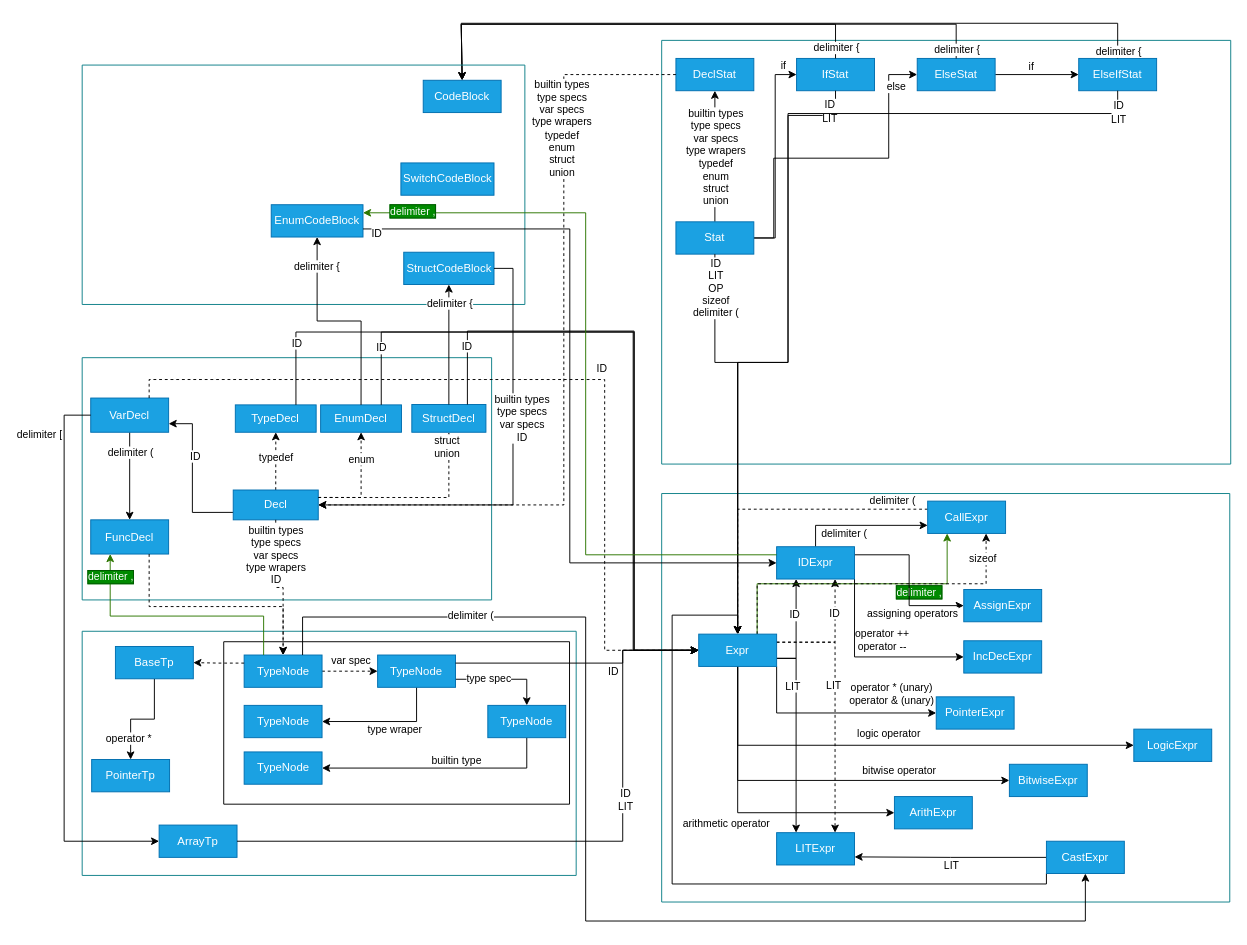
This is Стековая_диаграмма_МТиК.drawio from OskarGaliullin231-329/translation-university, a draw.io file, before an edit. Source tidied: cells renumbered, new cells numbered last; positions are measured from the earlier drawing's top-left corner, leaving out a move shared by most shapes. Both pictures are drawn from the tidied source at 95%, with x=0, y=0 at pixel (64, 23).
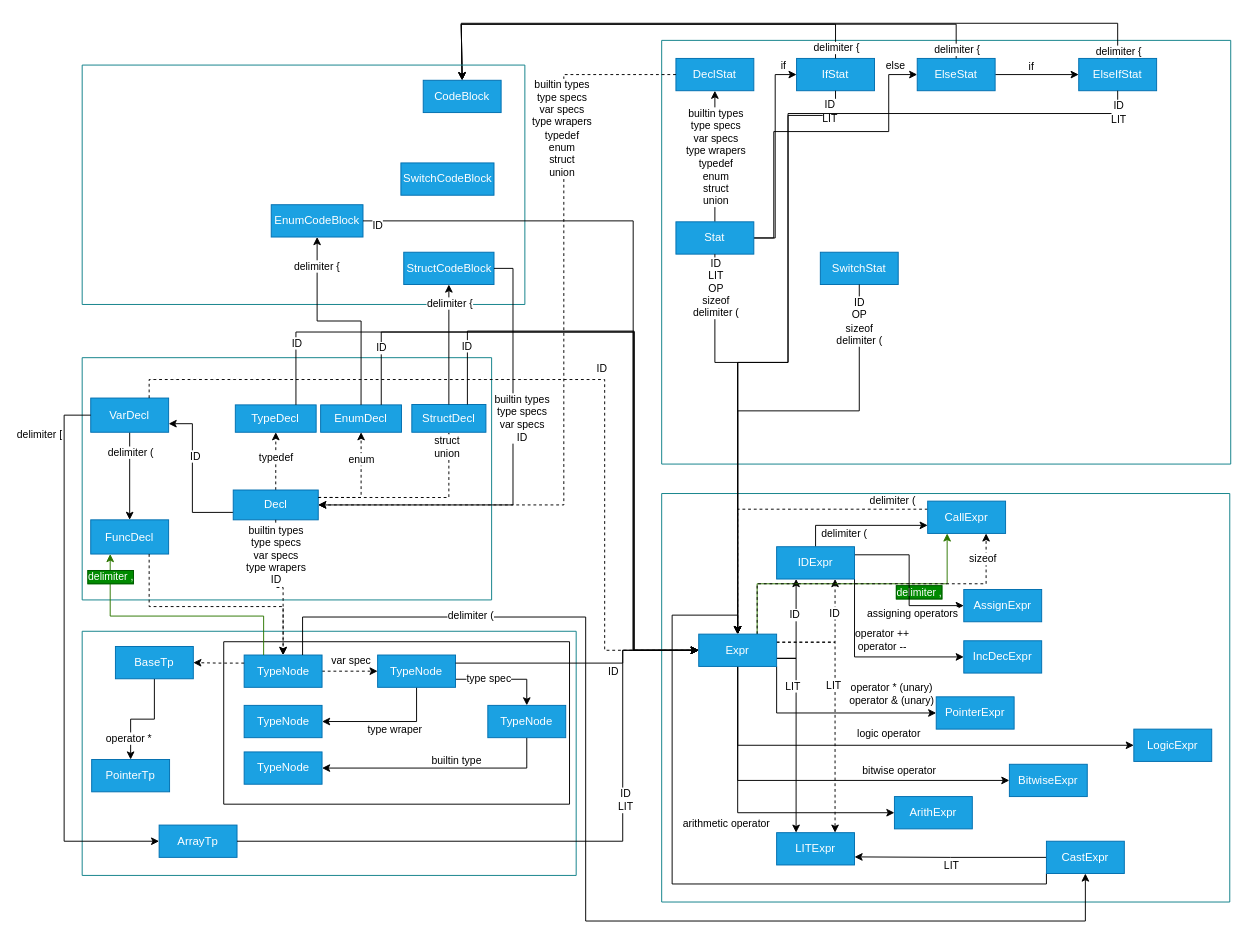
After the change.

The change refers to these unchanged cells:
```xml
<mxCell id="44" value="Expr" style="rounded=0;whiteSpace=wrap;html=1;fillColor=#1ba1e2;fontColor=#ffffff;strokeColor=#006EAF;" parent="21" vertex="1">
  <mxGeometry x="39" y="148" width="82" height="34" as="geometry" />
</mxCell>
<mxCell id="49" value="IDExpr" style="rounded=0;whiteSpace=wrap;html=1;fillColor=#1ba1e2;fontColor=#ffffff;strokeColor=#006EAF;" parent="21" vertex="1">
  <mxGeometry x="121" y="56" width="82" height="34" as="geometry" />
</mxCell>
<mxCell id="102" style="swimlane;startSize=0;fillColor=#b0e3e6;strokeColor=#0e8088;" parent="1" vertex="1">
  <mxGeometry x="629" y="18" width="599" height="446" as="geometry" />
</mxCell>
<mxCell id="110" value="Stat" style="rounded=0;whiteSpace=wrap;html=1;fillColor=#1ba1e2;fontColor=#ffffff;strokeColor=#006EAF;" parent="102" vertex="1">
  <mxGeometry x="15" y="191" width="82" height="34" as="geometry" />
</mxCell>
<mxCell id="114" value="ElseStat" style="rounded=0;whiteSpace=wrap;html=1;fillColor=#1ba1e2;fontColor=#ffffff;strokeColor=#006EAF;" parent="102" vertex="1">
  <mxGeometry x="269" y="19" width="82" height="34" as="geometry" />
</mxCell>
<mxCell id="135" value="EnumCodeBlock" style="rounded=0;whiteSpace=wrap;html=1;fillColor=#1ba1e2;fontColor=#ffffff;strokeColor=#006EAF;" parent="132" vertex="1">
  <mxGeometry x="199" y="147" width="96.6" height="34" as="geometry" />
</mxCell>
```

Diff of the diagram source:
```diff
@@
     <mxCell id="108" style="edgeStyle=orthogonalEdgeStyle;rounded=0;jettySize=auto;html=1;exitX=1;exitY=0.5;exitDx=0;exitDy=0;entryX=0;entryY=0.5;entryDx=0;entryDy=0;" parent="102" edge="1" source="110" target="114">
       <mxGeometry relative="1" as="geometry">
         <Array as="points">
           <mxPoint x="118" y="208" />
-          <mxPoint x="118" y="124" />
-          <mxPoint x="239" y="124" />
+          <mxPoint x="118" y="96" />
+          <mxPoint x="239" y="96" />
           <mxPoint x="239" y="36" />
         </Array>
       </mxGeometry>
     </mxCell>
     <mxCell id="109" value="else" style="edgeLabel;html=1;align=center;verticalAlign=middle;" parent="108" vertex="1">
       <mxGeometry x="-0.33" y="2" relative="1" as="geometry">
-        <mxPoint x="118" y="-74" as="offset" />
+        <mxPoint x="129" y="-88" as="offset" />
       </mxGeometry>
     </mxCell>
@@
+    <mxCell id="147" value="SwitchStat" style="rounded=0;whiteSpace=wrap;html=1;fillColor=#1ba1e2;fontColor=#ffffff;strokeColor=#006EAF;" parent="102" vertex="1">
+      <mxGeometry x="167" y="223" width="82" height="34" as="geometry" />
+    </mxCell>
@@
-    <mxCell id="141" style="edgeStyle=orthogonalEdgeStyle;rounded=0;jettySize=auto;html=1;exitX=1;exitY=0.75;exitDx=0;exitDy=0;entryX=0;entryY=0.5;entryDx=0;entryDy=0;" parent="1" edge="1" source="135" target="49">
-      <mxGeometry relative="1" as="geometry" />
+    <mxCell id="141" style="edgeStyle=orthogonalEdgeStyle;rounded=0;jettySize=auto;html=1;exitX=1;exitY=0.5;exitDx=0;exitDy=0;entryX=0;entryY=0.5;entryDx=0;entryDy=0;" parent="1" edge="1" source="135" target="44">
+      <mxGeometry relative="1" as="geometry">
+        <Array as="points">
+          <mxPoint x="599" y="208" />
+          <mxPoint x="599" y="660" />
+        </Array>
+      </mxGeometry>
     </mxCell>
@@
-    <mxCell id="143" style="edgeStyle=orthogonalEdgeStyle;rounded=0;jettySize=auto;html=1;exitX=0;exitY=0.25;exitDx=0;exitDy=0;entryX=1;entryY=0.25;entryDx=0;entryDy=0;fillColor=#60a917;strokeColor=#2D7600;" parent="1" edge="1" source="49" target="135">
-      <mxGeometry relative="1" as="geometry">
-        <Array as="points">
-          <mxPoint x="549" y="559" />
-          <mxPoint x="549" y="199" />
-        </Array>
-      </mxGeometry>
-    </mxCell>
-    <mxCell id="144" value="delimiter ," style="edgeLabel;html=1;align=center;verticalAlign=middle;labelBackgroundColor=#008a00;fontColor=#ffffff;labelBorderColor=#005700;" parent="143" vertex="1">
-      <mxGeometry x="0.23" y="-3" relative="1" as="geometry">
-        <mxPoint x="-186" y="-74" as="offset" />
-      </mxGeometry>
-    </mxCell>
@@
+    <mxCell id="148" style="edgeStyle=orthogonalEdgeStyle;rounded=0;jettySize=auto;html=1;exitX=0.5;exitY=1;exitDx=0;exitDy=0;entryX=0.5;entryY=0;entryDx=0;entryDy=0;" parent="1" edge="1" source="147" target="44">
+      <mxGeometry relative="1" as="geometry">
+        <Array as="points">
+          <mxPoint x="837" y="408" />
+          <mxPoint x="709" y="408" />
+        </Array>
+      </mxGeometry>
+    </mxCell>
+    <mxCell id="149" value="&lt;div&gt;ID&lt;/div&gt;&lt;div&gt;OP&lt;/div&gt;&lt;div&gt;sizeof&lt;/div&gt;&lt;div&gt;delimiter (&lt;/div&gt;" style="edgeLabel;html=1;align=center;verticalAlign=middle;" parent="148" vertex="1">
+      <mxGeometry x="-0.88" y="-1" relative="1" as="geometry">
+        <mxPoint y="8" as="offset" />
+      </mxGeometry>
+    </mxCell>
```
